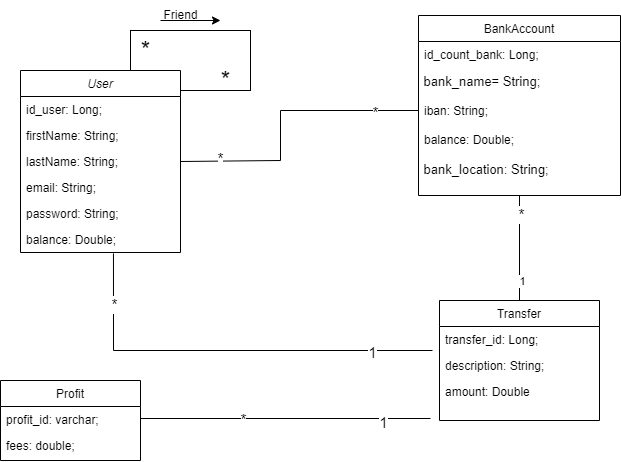
Daniele410/PayMyBuddy keeps this draw.io diagram as img/PayMyBuddy_UML.png. Above is the earlier version. Source tidied: cells renumbered, new cells last; positions are measured from the earlier drawing's top-left corner, leaving out a move shared by most shapes.
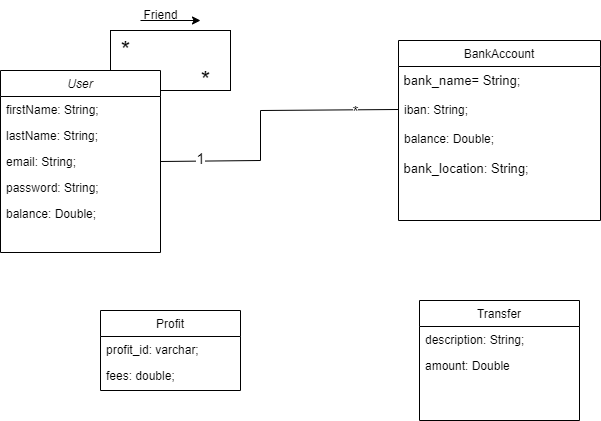
After the commit.

The edit, as a diff of the source:
```diff
@@ -8,64 +8,44 @@
     <mxCell id="3" value="User" style="swimlane;fontStyle=2;align=center;verticalAlign=top;horizontal=1;startSize=26;rounded=0;shadow=0;strokeWidth=1;" parent="1" vertex="1">
       <mxGeometry x="20" y="70" width="160" height="182" as="geometry" />
     </mxCell>
-    <mxCell id="4" value="id_user: Long;" style="text;align=left;verticalAlign=top;spacingLeft=4;spacingRight=4;overflow=hidden;" parent="3" vertex="1">
-      <mxGeometry y="26" width="160" height="26" as="geometry" />
-    </mxCell>
     <mxCell id="5" value="firstName: String;" style="text;align=left;verticalAlign=top;spacingLeft=4;spacingRight=4;overflow=hidden;rounded=0;shadow=0;html=0;" parent="3" vertex="1">
-      <mxGeometry y="52" width="160" height="26" as="geometry" />
+      <mxGeometry y="26" width="160" height="26" as="geometry" />
     </mxCell>
     <mxCell id="6" value="lastName: String;" style="text;align=left;verticalAlign=top;spacingLeft=4;spacingRight=4;overflow=hidden;points=[[0,0.5],[1,0.5]];portConstraint=eastwest;rounded=0;shadow=0;html=0;" parent="3" vertex="1">
-      <mxGeometry y="78" width="160" height="26" as="geometry" />
+      <mxGeometry y="52" width="160" height="26" as="geometry" />
     </mxCell>
     <mxCell id="7" value="email: String;" style="text;align=left;verticalAlign=top;spacingLeft=4;spacingRight=4;overflow=hidden;points=[[0,0.5],[1,0.5]];portConstraint=eastwest;rounded=0;shadow=0;html=0;" parent="3" vertex="1">
-      <mxGeometry y="104" width="160" height="26" as="geometry" />
+      <mxGeometry y="78" width="160" height="26" as="geometry" />
     </mxCell>
     <mxCell id="8" value="password: String;" style="text;align=left;verticalAlign=top;spacingLeft=4;spacingRight=4;overflow=hidden;rounded=0;shadow=0;html=0;" parent="3" vertex="1">
-      <mxGeometry y="130" width="160" height="26" as="geometry" />
+      <mxGeometry y="104" width="160" height="26" as="geometry" />
     </mxCell>
     <mxCell id="9" value="balance: Double;" style="text;align=left;verticalAlign=top;spacingLeft=4;spacingRight=4;overflow=hidden;points=[[0,0.5],[1,0.5]];portConstraint=eastwest;rounded=0;shadow=0;html=0;" parent="3" vertex="1">
-      <mxGeometry y="156" width="160" height="26" as="geometry" />
+      <mxGeometry y="130" width="160" height="26" as="geometry" />
     </mxCell>
-    <mxCell id="10" style="edgeStyle=none;rounded=0;jettySize=auto;html=1;exitX=0.5;exitY=1;exitDx=0;exitDy=0;entryX=0.5;entryY=0;entryDx=0;entryDy=0;endArrow=baseDash;endFill=0;" parent="1" edge="1" source="13" target="19">
-      <mxGeometry relative="1" as="geometry" />
-    </mxCell>
-    <mxCell id="11" value="1" style="edgeLabel;html=1;align=center;verticalAlign=middle;" parent="10" vertex="1">
-      <mxGeometry x="0.61" y="3" relative="1" as="geometry">
-        <mxPoint x="-1" as="offset" />
-      </mxGeometry>
-    </mxCell>
-    <mxCell id="12" value="*" style="edgeLabel;html=1;align=center;verticalAlign=middle;fontSize=15;" parent="10" vertex="1">
-      <mxGeometry x="-0.67" y="1" relative="1" as="geometry" />
-    </mxCell>
     <mxCell id="13" value="BankAccount" style="swimlane;fontStyle=0;align=center;verticalAlign=top;horizontal=1;startSize=26;rounded=0;shadow=0;strokeWidth=1;" parent="1" vertex="1">
-      <mxGeometry x="418" y="15" width="202" height="180" as="geometry" />
+      <mxGeometry x="418" y="40" width="202" height="180" as="geometry" />
     </mxCell>
-    <mxCell id="14" value="id_count_bank: Long;" style="text;align=left;verticalAlign=middle;spacingLeft=4;spacingRight=4;overflow=hidden;labelPosition=center;verticalLabelPosition=middle;" parent="13" vertex="1">
-      <mxGeometry y="26" width="202" height="26" as="geometry" />
-    </mxCell>
     <mxCell id="15" value="&amp;nbsp;bank_name= String;" style="text;html=1;align=left;verticalAlign=top;strokeColor=none;fillColor=none;fontSize=13;" parent="13" vertex="1">
-      <mxGeometry y="52" width="202" height="30" as="geometry" />
+      <mxGeometry y="26" width="202" height="30" as="geometry" />
     </mxCell>
     <mxCell id="16" value="iban: String;" style="text;align=left;verticalAlign=top;spacingLeft=4;spacingRight=4;overflow=hidden;points=[[0,0.5],[1,0.5]];portConstraint=eastwest;rounded=0;shadow=0;html=0;" parent="13" vertex="1">
-      <mxGeometry y="82" width="202" height="26" as="geometry" />
+      <mxGeometry y="56" width="202" height="26" as="geometry" />
     </mxCell>
     <mxCell id="17" value="balance: Double;" style="text;align=left;verticalAlign=middle;spacingLeft=4;spacingRight=4;overflow=hidden;rounded=0;shadow=0;html=0;" parent="13" vertex="1">
-      <mxGeometry y="108" width="202" height="32" as="geometry" />
+      <mxGeometry y="82" width="202" height="32" as="geometry" />
     </mxCell>
     <mxCell id="18" value="&amp;nbsp;bank_location: String;" style="text;html=1;align=left;verticalAlign=top;strokeColor=none;fillColor=none;fontSize=13;" parent="13" vertex="1">
-      <mxGeometry y="140" width="202" height="30" as="geometry" />
+      <mxGeometry y="114" width="202" height="30" as="geometry" />
     </mxCell>
     <mxCell id="19" value="Transfer" style="swimlane;fontStyle=0;align=center;verticalAlign=top;horizontal=1;startSize=26;rounded=0;shadow=0;strokeWidth=1;" parent="1" vertex="1">
       <mxGeometry x="439" y="300" width="160" height="120" as="geometry" />
     </mxCell>
-    <mxCell id="20" value="transfer_id: Long;" style="text;align=left;verticalAlign=top;spacingLeft=4;spacingRight=4;overflow=hidden;" parent="19" vertex="1">
-      <mxGeometry y="26" width="160" height="26" as="geometry" />
-    </mxCell>
     <mxCell id="21" value="description: String;" style="text;align=left;verticalAlign=top;spacingLeft=4;spacingRight=4;overflow=hidden;" parent="19" vertex="1">
-      <mxGeometry y="52" width="160" height="26" as="geometry" />
+      <mxGeometry y="26" width="160" height="26" as="geometry" />
     </mxCell>
     <mxCell id="22" value="amount: Double" style="text;align=left;verticalAlign=top;spacingLeft=4;spacingRight=4;overflow=hidden;" parent="19" vertex="1">
-      <mxGeometry y="78" width="160" height="26" as="geometry" />
+      <mxGeometry y="52" width="160" height="26" as="geometry" />
     </mxCell>
     <mxCell id="23" style="endArrow=classic;html=1;rounded=0;" parent="1" edge="1">
       <mxGeometry relative="1" as="geometry">
@@ -82,22 +62,8 @@
     <mxCell id="26" value="&lt;font style=&quot;font-size: 24px;&quot;&gt;*&lt;/font&gt;" style="text;html=1;align=center;verticalAlign=middle;strokeColor=none;fillColor=none;" parent="1" vertex="1">
       <mxGeometry x="210" y="60" width="30" height="40" as="geometry" />
     </mxCell>
-    <mxCell id="27" style="endArrow=none;html=1;rounded=0;exitX=0.581;exitY=1.038;exitDx=0;exitDy=0;exitPerimeter=0;" parent="1" edge="1" source="9">
-      <mxGeometry relative="1" as="geometry">
-        <mxPoint x="432" y="350" as="targetPoint" />
-        <Array as="points">
-          <mxPoint x="113" y="350" />
-        </Array>
-      </mxGeometry>
-    </mxCell>
-    <mxCell id="28" value="1" style="edgeLabel;html=1;align=center;verticalAlign=middle;fontSize=15;" parent="27" vertex="1">
-      <mxGeometry x="0.71" y="-1" relative="1" as="geometry" />
-    </mxCell>
-    <mxCell id="29" value="*" style="edgeLabel;html=1;align=center;verticalAlign=middle;fontSize=15;" parent="27" vertex="1">
-      <mxGeometry x="-0.76" y="1" relative="1" as="geometry" />
-    </mxCell>
     <mxCell id="30" value="Profit" style="swimlane;fontStyle=0;align=center;verticalAlign=top;horizontal=1;startSize=26;rounded=0;shadow=0;strokeWidth=1;" parent="1" vertex="1">
-      <mxGeometry y="380" width="140" height="80" as="geometry" />
+      <mxGeometry x="120" y="310" width="140" height="80" as="geometry" />
     </mxCell>
     <mxCell id="31" value="profit_id: varchar;" style="text;align=left;verticalAlign=top;spacingLeft=4;spacingRight=4;overflow=hidden;" parent="30" vertex="1">
       <mxGeometry y="26" width="140" height="26" as="geometry" />
@@ -105,19 +71,7 @@
     <mxCell id="32" value="fees: double;" style="text;align=left;verticalAlign=top;spacingLeft=4;spacingRight=4;overflow=hidden;rounded=0;shadow=0;html=0;" parent="30" vertex="1">
       <mxGeometry y="52" width="140" height="26" as="geometry" />
     </mxCell>
-    <mxCell id="33" style="endArrow=none;html=1;rounded=0;" parent="1" edge="1">
-      <mxGeometry relative="1" as="geometry">
-        <mxPoint x="140" y="418" as="sourcePoint" />
-        <mxPoint x="430" y="418" as="targetPoint" />
-      </mxGeometry>
-    </mxCell>
-    <mxCell id="34" value="1" style="edgeLabel;html=1;align=center;verticalAlign=middle;fontSize=15;" parent="33" vertex="1">
-      <mxGeometry x="0.67" y="-3" relative="1" as="geometry" />
-    </mxCell>
-    <mxCell id="35" value="*" style="edgeLabel;html=1;align=center;verticalAlign=middle;fontSize=15;" parent="33" vertex="1">
-      <mxGeometry x="-0.3" relative="1" as="geometry" />
-    </mxCell>
-    <mxCell id="36" style="endArrow=none;html=1;rounded=0;entryX=0;entryY=0.5;entryDx=0;entryDy=0;exitX=1;exitY=0.5;exitDx=0;exitDy=0;" parent="1" edge="1" source="6" target="16">
+    <mxCell id="36" style="endArrow=none;html=1;rounded=0;entryX=0;entryY=0.5;entryDx=0;entryDy=0;exitX=1;exitY=0.5;exitDx=0;exitDy=0;" parent="1" edge="1" source="7" target="16">
       <mxGeometry relative="1" as="geometry">
         <Array as="points">
           <mxPoint x="280" y="160" />
@@ -128,7 +82,7 @@
     <mxCell id="37" value="*" style="edgeLabel;html=1;align=center;verticalAlign=middle;fontSize=15;" parent="36" vertex="1">
       <mxGeometry x="0.7" y="-1" relative="1" as="geometry" />
     </mxCell>
-    <mxCell id="38" value="*" style="edgeLabel;html=1;align=center;verticalAlign=middle;fontSize=15;" parent="36" vertex="1">
+    <mxCell id="38" value="1" style="edgeLabel;html=1;align=center;verticalAlign=middle;fontSize=15;" parent="36" vertex="1">
       <mxGeometry x="-0.72" y="3" relative="1" as="geometry" />
     </mxCell>
   </root>
```
